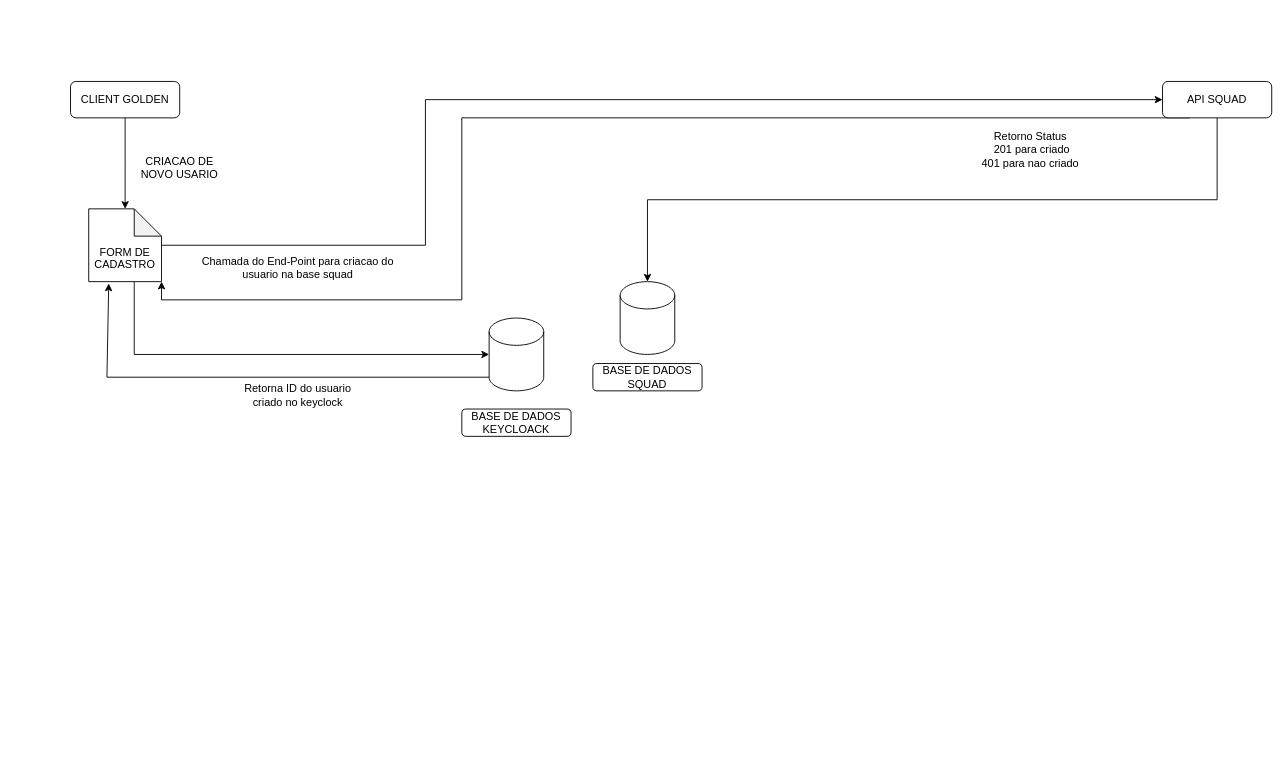
The draw.io diagram Diagrama sem nome.drawio in AndersonnReinaldo/image, before the edit. Source tidied: cells renumbered, new cells numbered last; positions are measured from the earlier drawing's top-left corner, leaving out a move shared by most shapes. Both pictures are drawn from the tidied source at 91%, with x=0, y=0 at pixel (70, 81).
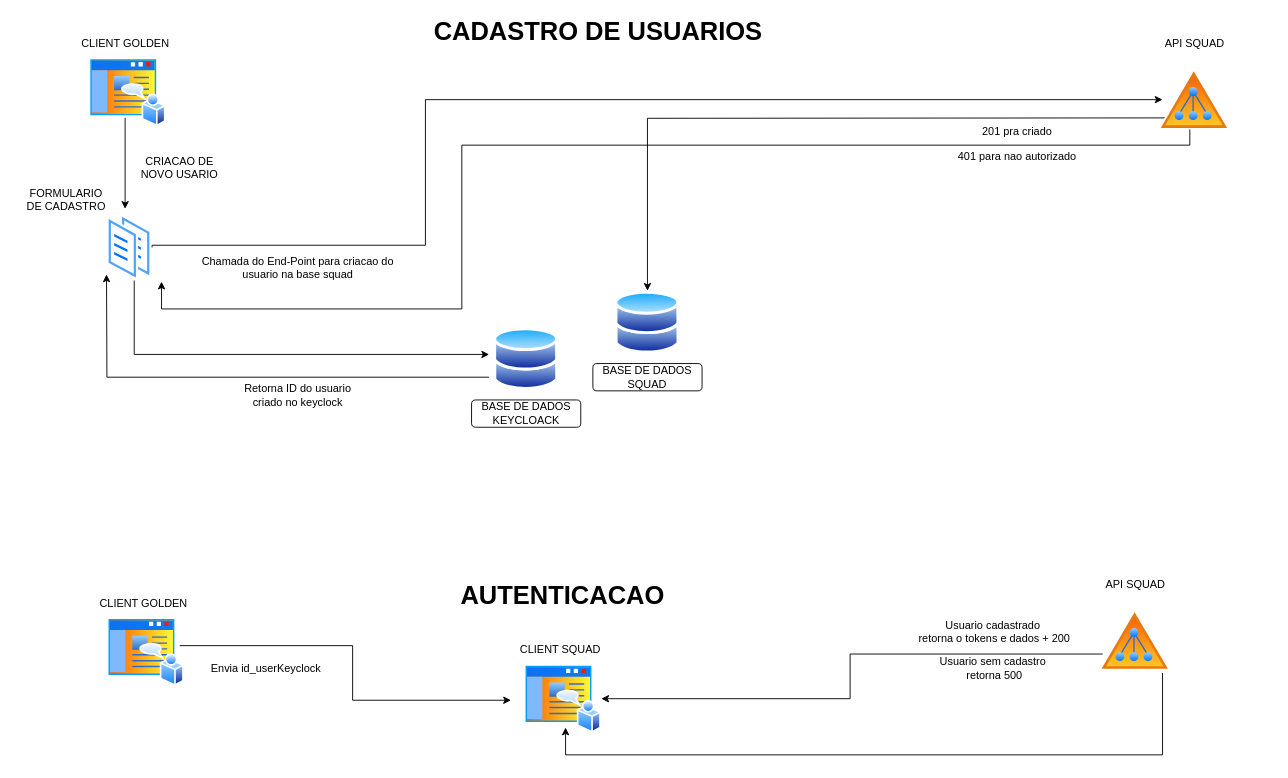
Above is the later version.

Commit message:
Cadastro/Auth golden.drawio

The edit, as a diff of the source:
```diff
@@
-    <mxCell id="2" style="edgeStyle=orthogonalEdgeStyle;rounded=0;jettySize=auto;html=1;entryX=0.5;entryY=0;entryDx=0;entryDy=0;entryPerimeter=0;exitX=0.5;exitY=1;exitDx=0;exitDy=0;" parent="1" edge="1" source="4" target="5">
-      <mxGeometry relative="1" as="geometry" />
+    <mxCell id="2" style="edgeStyle=orthogonalEdgeStyle;rounded=0;jettySize=auto;html=1;entryX=0.5;entryY=0;entryDx=0;entryDy=0;exitX=0.5;exitY=1;exitDx=0;exitDy=0;" parent="1" edge="1" target="28">
+      <mxGeometry relative="1" as="geometry">
+        <mxPoint x="1260" y="40" as="sourcePoint" />
+      </mxGeometry>
     </mxCell>
-    <mxCell id="3" style="edgeStyle=orthogonalEdgeStyle;rounded=0;jettySize=auto;html=1;exitX=0.25;exitY=1;exitDx=0;exitDy=0;entryX=1;entryY=1;entryDx=0;entryDy=0;entryPerimeter=0;" parent="1" edge="1" source="4" target="11">
+    <mxCell id="3" style="edgeStyle=orthogonalEdgeStyle;rounded=0;jettySize=auto;html=1;exitX=0.25;exitY=1;exitDx=0;exitDy=0;entryX=1;entryY=1;entryDx=0;entryDy=0;entryPerimeter=0;" parent="1" edge="1" target="11">
       <mxGeometry relative="1" as="geometry">
+        <mxPoint x="1230" y="40" as="sourcePoint" />
         <Array as="points">
-          <mxPoint x="430" y="40" />
-          <mxPoint x="430" y="240" />
-          <mxPoint x="100" y="240" />
+          <mxPoint x="1230" y="70" />
+          <mxPoint x="430" y="70" />
+          <mxPoint x="430" y="250" />
+          <mxPoint x="100" y="250" />
         </Array>
       </mxGeometry>
     </mxCell>
-    <mxCell id="4" value="API SQUAD" style="rounded=1;whiteSpace=wrap;html=1;fontSize=12;glass=0;strokeWidth=1;shadow=0;" parent="1" vertex="1">
-      <mxGeometry x="1200" width="120" height="40" as="geometry" />
-    </mxCell>
-    <mxCell id="5" style="shape=cylinder3;whiteSpace=wrap;html=1;boundedLbl=1;backgroundOutline=1;size=15;rotation=0;" parent="1" vertex="1">
-      <mxGeometry x="604" y="220" width="60" height="80" as="geometry" />
-    </mxCell>
-    <mxCell id="6" style="edgeStyle=orthogonalEdgeStyle;rounded=0;jettySize=auto;html=1;" parent="1" edge="1" source="7">
+    <mxCell id="6" style="edgeStyle=orthogonalEdgeStyle;rounded=0;orthogonalLoop=1;jettySize=auto;html=1;" parent="1" edge="1">
       <mxGeometry relative="1" as="geometry">
+        <mxPoint x="60" y="40" as="sourcePoint" />
         <mxPoint x="60" y="140" as="targetPoint" />
       </mxGeometry>
     </mxCell>
-    <mxCell id="7" value="CLIENT GOLDEN" style="rounded=1;whiteSpace=wrap;html=1;fontSize=12;glass=0;strokeWidth=1;shadow=0;" parent="1" vertex="1">
-      <mxGeometry width="120" height="40" as="geometry" />
-    </mxCell>
@@
-    <mxCell id="9" style="edgeStyle=orthogonalEdgeStyle;rounded=0;jettySize=auto;html=1;entryX=0;entryY=0.5;entryDx=0;entryDy=0;entryPerimeter=0;" parent="1" edge="1" source="11" target="12">
+    <mxCell id="9" style="edgeStyle=orthogonalEdgeStyle;rounded=0;jettySize=auto;html=1;entryX=0;entryY=0.5;entryDx=0;entryDy=0;entryPerimeter=0;" parent="1" edge="1" source="11">
       <mxGeometry relative="1" as="geometry">
+        <mxPoint x="460" y="300" as="targetPoint" />
         <Array as="points">
           <mxPoint x="70" y="300" />
         </Array>
       </mxGeometry>
     </mxCell>
-    <mxCell id="10" style="edgeStyle=orthogonalEdgeStyle;rounded=0;jettySize=auto;html=1;entryX=0;entryY=0.5;entryDx=0;entryDy=0;" parent="1" edge="1" source="11" target="4">
+    <mxCell id="10" style="edgeStyle=orthogonalEdgeStyle;rounded=0;jettySize=auto;html=1;entryX=0;entryY=0.5;entryDx=0;entryDy=0;exitX=1;exitY=0.5;exitDx=0;exitDy=0;" parent="1" edge="1" source="37">
       <mxGeometry relative="1" as="geometry">
+        <mxPoint x="1200" y="20" as="targetPoint" />
         <Array as="points">
+          <mxPoint x="90" y="180" />
           <mxPoint x="390" y="180" />
           <mxPoint x="390" y="20" />
         </Array>
       </mxGeometry>
     </mxCell>
-    <mxCell id="11" value="&lt;br&gt;&lt;br&gt;FORM DE CADASTRO" style="shape=note;whiteSpace=wrap;html=1;backgroundOutline=1;darkOpacity=0.05;" parent="1" vertex="1">
+    <mxCell id="11" value="&lt;br&gt;&lt;br&gt;" style="shape=image;whiteSpace=wrap;html=1;backgroundOutline=1;darkOpacity=0.05;perimeter=ellipsePerimeter;verticalAlign=top;labelBackgroundColor=default;shadow=0;dashed=0;spacingTop=3;" parent="1" vertex="1">
       <mxGeometry x="20" y="140" width="80" height="80" as="geometry" />
     </mxCell>
-    <mxCell id="12" style="shape=cylinder3;whiteSpace=wrap;html=1;boundedLbl=1;backgroundOutline=1;size=15;" parent="1" vertex="1">
-      <mxGeometry x="460" y="260" width="60" height="80" as="geometry" />
-    </mxCell>
     <mxCell id="13" value="BASE DE DADOS KEYCLOACK" style="rounded=1;whiteSpace=wrap;html=1;" parent="1" vertex="1">
-      <mxGeometry x="430" y="360" width="120" height="30" as="geometry" />
+      <mxGeometry x="440.7" y="350" width="120" height="30" as="geometry" />
     </mxCell>
@@
-    <mxCell id="15" style="endArrow=classic;html=1;rounded=0;exitX=0;exitY=1;exitDx=0;exitDy=-15;exitPerimeter=0;entryX=0.275;entryY=1.025;entryDx=0;entryDy=0;entryPerimeter=0;" parent="1" edge="1" source="12" target="11">
+    <mxCell id="15" style="endArrow=classic;html=1;rounded=0;exitX=0;exitY=1;exitDx=0;exitDy=-15;exitPerimeter=0;entryX=-0.009;entryY=0.895;entryDx=0;entryDy=0;entryPerimeter=0;" parent="1" edge="1" target="37">
       <mxGeometry relative="1" as="geometry">
+        <mxPoint x="460" y="325" as="sourcePoint" />
         <Array as="points">
           <mxPoint x="40" y="325" />
         </Array>
       </mxGeometry>
     </mxCell>
@@
-    <mxCell id="18" value="Retorno Status&lt;br&gt;&amp;nbsp;201 para criado&lt;br&gt;401 para nao criado" style="text;html=1;strokeColor=none;fillColor=none;align=center;verticalAlign=middle;whiteSpace=wrap;rounded=0;" parent="1" vertex="1">
-      <mxGeometry x="970" y="50" width="170" height="50" as="geometry" />
-    </mxCell>
+    <mxCell id="19" value="&lt;b&gt;&lt;font style=&quot;font-size: 28px;&quot;&gt;CADASTRO DE USUARIOS&lt;/font&gt;&lt;/b&gt;" style="text;html=1;strokeColor=none;fillColor=none;align=center;verticalAlign=middle;whiteSpace=wrap;rounded=0;" parent="1" vertex="1">
+      <mxGeometry x="300" y="-70" width="560" height="30" as="geometry" />
+    </mxCell>
+    <mxCell id="20" value="&lt;b&gt;&lt;font style=&quot;font-size: 28px;&quot;&gt;AUTENTICACAO&lt;/font&gt;&lt;/b&gt;" style="text;html=1;strokeColor=none;fillColor=none;align=center;verticalAlign=middle;whiteSpace=wrap;rounded=0;" parent="1" vertex="1">
+      <mxGeometry x="260.8" y="550" width="560" height="30" as="geometry" />
+    </mxCell>
+    <mxCell id="21" style="edgeStyle=orthogonalEdgeStyle;rounded=0;orthogonalLoop=1;jettySize=auto;html=1;entryX=0;entryY=0.5;entryDx=0;entryDy=0;" parent="1" edge="1">
+      <mxGeometry relative="1" as="geometry">
+        <mxPoint x="120" y="620" as="sourcePoint" />
+        <mxPoint x="484" y="680" as="targetPoint" />
+        <Array as="points">
+          <mxPoint x="310" y="620" />
+          <mxPoint x="310" y="680" />
+          <mxPoint x="480" y="680" />
+        </Array>
+      </mxGeometry>
+    </mxCell>
+    <mxCell id="22" style="edgeStyle=orthogonalEdgeStyle;rounded=0;orthogonalLoop=1;jettySize=auto;html=1;entryX=0.5;entryY=1;entryDx=0;entryDy=0;" parent="1" edge="1">
+      <mxGeometry relative="1" as="geometry">
+        <mxPoint x="1200" y="650" as="sourcePoint" />
+        <mxPoint x="544" y="710" as="targetPoint" />
+        <Array as="points">
+          <mxPoint x="1200" y="740" />
+          <mxPoint x="544" y="740" />
+        </Array>
+      </mxGeometry>
+    </mxCell>
+    <mxCell id="23" style="edgeStyle=orthogonalEdgeStyle;rounded=0;jettySize=auto;html=1;exitX=0;exitY=0.75;exitDx=0;exitDy=0;" parent="1" edge="1" source="39" target="33">
+      <mxGeometry relative="1" as="geometry" />
+    </mxCell>
+    <mxCell id="24" value="Envia id_userKeyclock" style="text;html=1;strokeColor=none;fillColor=none;align=center;verticalAlign=middle;whiteSpace=wrap;rounded=0;" parent="1" vertex="1">
+      <mxGeometry x="140" y="630" width="150" height="30" as="geometry" />
+    </mxCell>
+    <mxCell id="25" value="Usuario cadastrado&amp;nbsp;&lt;br&gt;retorna o tokens e dados + 200" style="text;html=1;align=center;verticalAlign=middle;strokeColor=none;fillColor=none;" parent="1" vertex="1">
+      <mxGeometry x="920" y="585" width="190" height="40" as="geometry" />
+    </mxCell>
+    <mxCell id="26" value="Usuario sem cadastro&amp;nbsp;&lt;br&gt;retorna 500" style="text;html=1;align=center;verticalAlign=middle;strokeColor=none;fillColor=none;" parent="1" vertex="1">
+      <mxGeometry x="945" y="625" width="140" height="40" as="geometry" />
+    </mxCell>
+    <mxCell id="27" style="image;perimeter=ellipsePerimeter;html=1;align=center;shadow=0;dashed=0;spacingTop=3;image=img/lib/active_directory/databases.svg;" parent="1" vertex="1">
+      <mxGeometry x="465" y="270" width="71.4" height="70" as="geometry" />
+    </mxCell>
+    <mxCell id="28" style="image;perimeter=ellipsePerimeter;html=1;align=center;shadow=0;dashed=0;spacingTop=3;image=img/lib/active_directory/databases.svg;" parent="1" vertex="1">
+      <mxGeometry x="598.3" y="230" width="71.4" height="70" as="geometry" />
+    </mxCell>
+    <mxCell id="29" style="image;perimeter=ellipsePerimeter;html=1;align=center;shadow=0;dashed=0;spacingTop=3;image=img/lib/active_directory/home_page.svg;" parent="1" vertex="1">
+      <mxGeometry x="20" y="-26.5" width="85" height="76.5" as="geometry" />
+    </mxCell>
+    <mxCell id="30" value="CLIENT GOLDEN" style="text;html=1;align=center;verticalAlign=middle;strokeColor=none;fillColor=none;" parent="1" vertex="1">
+      <mxGeometry y="-56.5" width="120" height="30" as="geometry" />
+    </mxCell>
+    <mxCell id="31" style="image;perimeter=ellipsePerimeter;html=1;align=center;shadow=0;dashed=0;spacingTop=3;image=img/lib/active_directory/home_page.svg;" parent="1" vertex="1">
+      <mxGeometry x="40" y="588.5" width="85" height="76.5" as="geometry" />
+    </mxCell>
+    <mxCell id="32" value="CLIENT GOLDEN" style="text;html=1;align=center;verticalAlign=middle;strokeColor=none;fillColor=none;" parent="1" vertex="1">
+      <mxGeometry x="20" y="558.5" width="120" height="30" as="geometry" />
+    </mxCell>
+    <mxCell id="33" style="image;perimeter=ellipsePerimeter;html=1;align=center;shadow=0;dashed=0;spacingTop=3;image=img/lib/active_directory/home_page.svg;" parent="1" vertex="1">
+      <mxGeometry x="498.3" y="640" width="85" height="76.5" as="geometry" />
+    </mxCell>
+    <mxCell id="34" value="CLIENT SQUAD" style="text;html=1;align=center;verticalAlign=middle;strokeColor=none;fillColor=none;" parent="1" vertex="1">
+      <mxGeometry x="483.3" y="610" width="110" height="30" as="geometry" />
+    </mxCell>
+    <mxCell id="35" value="201 pra criado" style="text;html=1;align=center;verticalAlign=middle;strokeColor=none;fillColor=none;" parent="1" vertex="1">
+      <mxGeometry x="990" y="40" width="100" height="30" as="geometry" />
+    </mxCell>
+    <mxCell id="36" value="401 para nao autorizado" style="text;html=1;align=center;verticalAlign=middle;strokeColor=none;fillColor=none;" parent="1" vertex="1">
+      <mxGeometry x="965" y="68" width="150" height="30" as="geometry" />
+    </mxCell>
+    <mxCell id="37" style="image;perimeter=ellipsePerimeter;html=1;align=center;shadow=0;dashed=0;spacingTop=3;image=img/lib/active_directory/documents.svg;" parent="1" vertex="1">
+      <mxGeometry x="40" y="145" width="49.5" height="75" as="geometry" />
+    </mxCell>
+    <mxCell id="38" value="FORMULARIO&lt;br&gt;DE CADASTRO" style="text;html=1;align=center;verticalAlign=middle;strokeColor=none;fillColor=none;" parent="1" vertex="1">
+      <mxGeometry x="-60" y="110" width="110" height="40" as="geometry" />
+    </mxCell>
+    <mxCell id="39" style="image;perimeter=ellipsePerimeter;html=1;align=center;shadow=0;dashed=0;spacingTop=3;image=img/lib/active_directory/active_directory.svg;" parent="1" vertex="1">
+      <mxGeometry x="1130" y="580" width="80" height="68" as="geometry" />
+    </mxCell>
+    <mxCell id="40" value="API SQUAD" style="text;html=1;align=center;verticalAlign=middle;strokeColor=none;fillColor=none;" parent="1" vertex="1">
+      <mxGeometry x="1125" y="538" width="90" height="30" as="geometry" />
+    </mxCell>
+    <mxCell id="41" style="image;perimeter=ellipsePerimeter;html=1;align=center;shadow=0;dashed=0;spacingTop=3;image=img/lib/active_directory/active_directory.svg;" parent="1" vertex="1">
+      <mxGeometry x="1195" y="-14.5" width="80" height="68" as="geometry" />
+    </mxCell>
+    <mxCell id="42" value="API SQUAD" style="text;html=1;align=center;verticalAlign=middle;strokeColor=none;fillColor=none;" parent="1" vertex="1">
+      <mxGeometry x="1190" y="-56.5" width="90" height="30" as="geometry" />
+    </mxCell>
```
